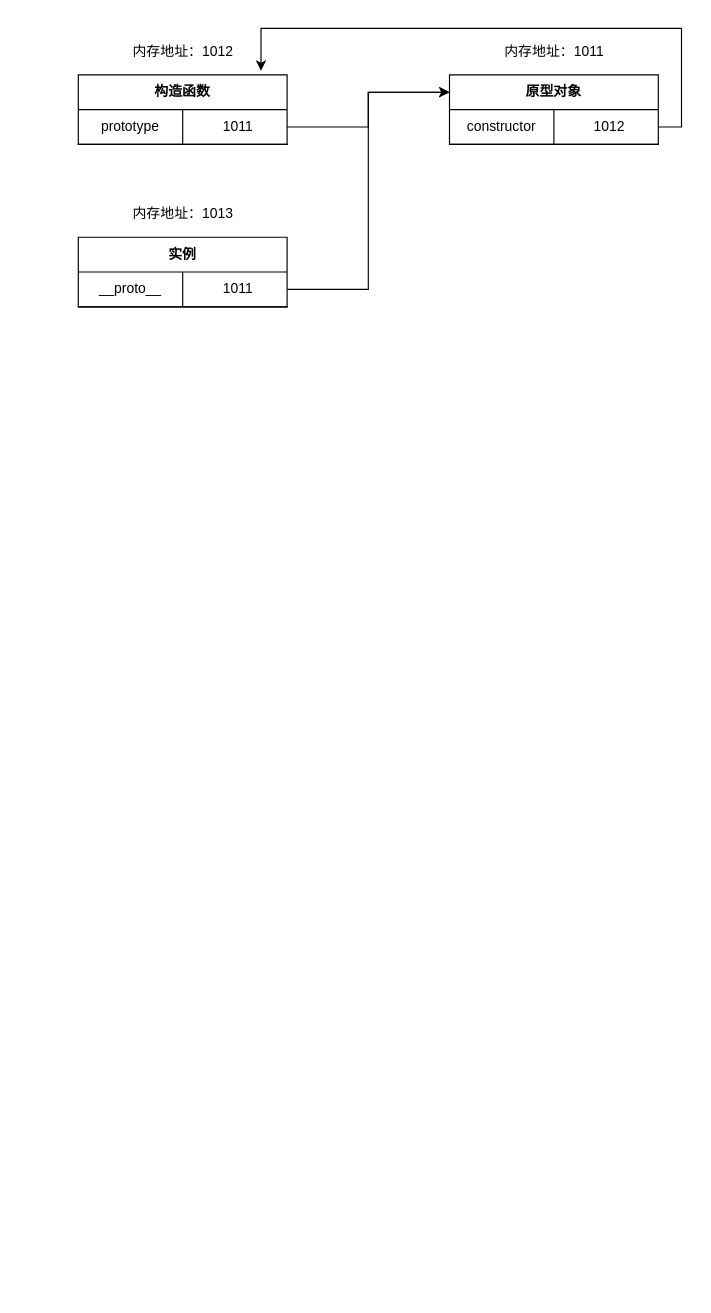
The draw.io diagram 原型链.drawio in afternoonTeaCat/mindMap, before the edit. Source tidied: cells renumbered, new cells numbered last; positions are measured from the earlier drawing's top-left corner, leaving out a move shared by most shapes. Both pictures are drawn from the tidied source at 116%, with x=0, y=0 at pixel (78, 28).
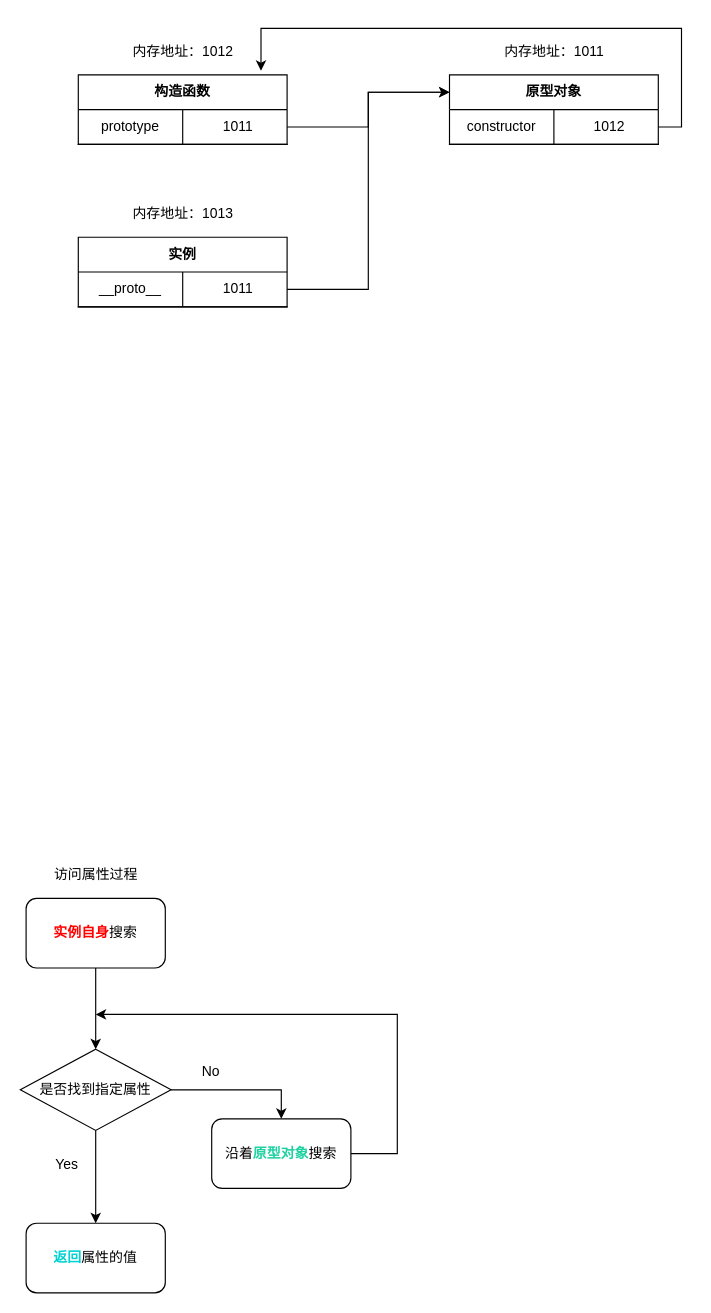
After the change.

Commit message:
更新原型链.drawio

The edit, as a diff of the source:
```diff
@@
+    <mxCell id="20" style="edgeStyle=orthogonalEdgeStyle;rounded=0;jettySize=auto;html=1;" parent="1" edge="1" source="21" target="24">
+      <mxGeometry relative="1" as="geometry" />
+    </mxCell>
+    <mxCell id="21" value="&lt;font color=&quot;#ff0000&quot;&gt;&lt;b&gt;实例自身&lt;/b&gt;&lt;/font&gt;搜索" style="rounded=1;whiteSpace=wrap;html=1;" parent="1" vertex="1">
+      <mxGeometry x="-45" y="750" width="120" height="60" as="geometry" />
+    </mxCell>
+    <mxCell id="22" style="edgeStyle=orthogonalEdgeStyle;rounded=0;jettySize=auto;html=1;" parent="1" edge="1" source="24" target="25">
+      <mxGeometry relative="1" as="geometry" />
+    </mxCell>
+    <mxCell id="23" style="edgeStyle=orthogonalEdgeStyle;rounded=0;jettySize=auto;html=1;entryX=0.5;entryY=0;entryDx=0;entryDy=0;" parent="1" edge="1" source="24" target="27">
+      <mxGeometry relative="1" as="geometry" />
+    </mxCell>
+    <mxCell id="24" value="是否找到指定属性" style="rhombus;whiteSpace=wrap;html=1;" parent="1" vertex="1">
+      <mxGeometry x="-50" y="880" width="130" height="70" as="geometry" />
+    </mxCell>
+    <mxCell id="25" value="&lt;font color=&quot;#00d2d3&quot;&gt;&lt;b&gt;返回&lt;/b&gt;&lt;/font&gt;属性的值" style="rounded=1;whiteSpace=wrap;html=1;" parent="1" vertex="1">
+      <mxGeometry x="-45" y="1030" width="120" height="60" as="geometry" />
+    </mxCell>
+    <mxCell id="26" style="edgeStyle=orthogonalEdgeStyle;rounded=0;jettySize=auto;html=1;" parent="1" edge="1" source="27">
+      <mxGeometry relative="1" as="geometry">
+        <mxPoint x="15" y="850" as="targetPoint" />
+        <Array as="points">
+          <mxPoint x="275" y="970" />
+          <mxPoint x="275" y="850" />
+        </Array>
+      </mxGeometry>
+    </mxCell>
+    <mxCell id="27" value="沿着&lt;font color=&quot;#1dd1a1&quot;&gt;&lt;b&gt;原型对象&lt;/b&gt;&lt;/font&gt;搜索" style="rounded=1;whiteSpace=wrap;html=1;" parent="1" vertex="1">
+      <mxGeometry x="115" y="940" width="120" height="60" as="geometry" />
+    </mxCell>
+    <mxCell id="28" value="Yes" style="text;html=1;align=center;verticalAlign=middle;" parent="1" vertex="1">
+      <mxGeometry x="-25" y="970" width="30" height="20" as="geometry" />
+    </mxCell>
+    <mxCell id="29" value="No" style="text;html=1;align=center;verticalAlign=middle;" parent="1" vertex="1">
+      <mxGeometry x="99" y="890" width="30" height="20" as="geometry" />
+    </mxCell>
+    <mxCell id="30" value="访问属性过程" style="text;html=1;align=center;verticalAlign=middle;" parent="1" vertex="1">
+      <mxGeometry x="-30" y="720" width="90" height="20" as="geometry" />
+    </mxCell>
```
